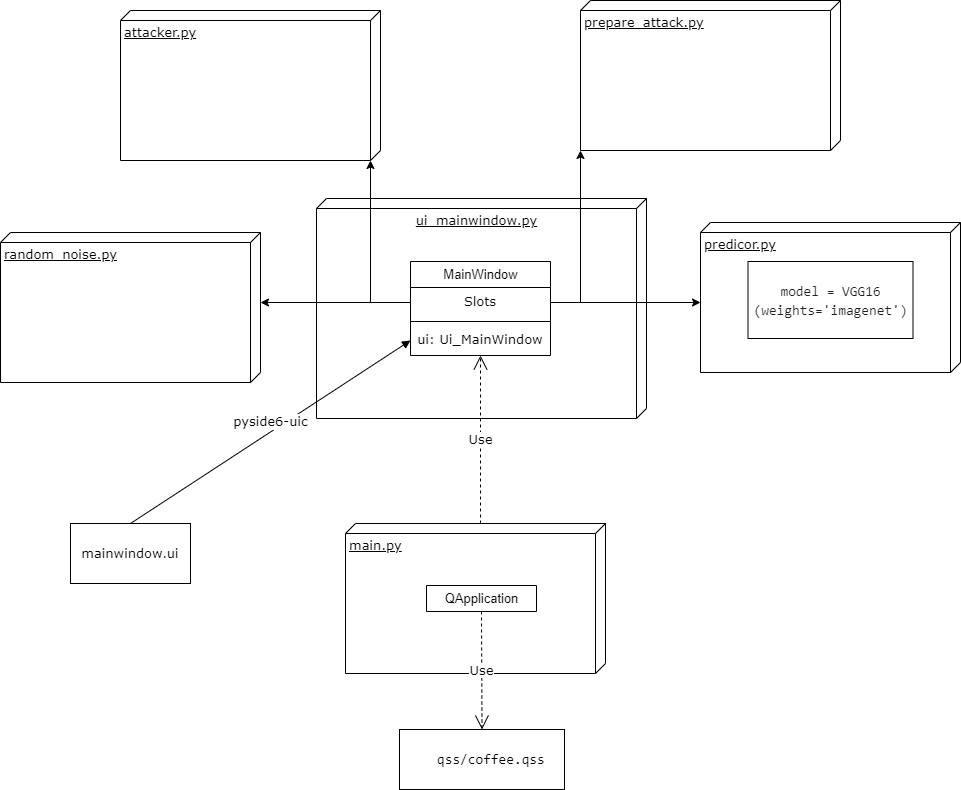
The draw.io diagram Diagram.drawio.png in sShaAanGg/python-final, before a commit. Source tidied: cells renumbered, new cells last; positions are measured from the earlier drawing's top-left corner, leaving out a move shared by most shapes.
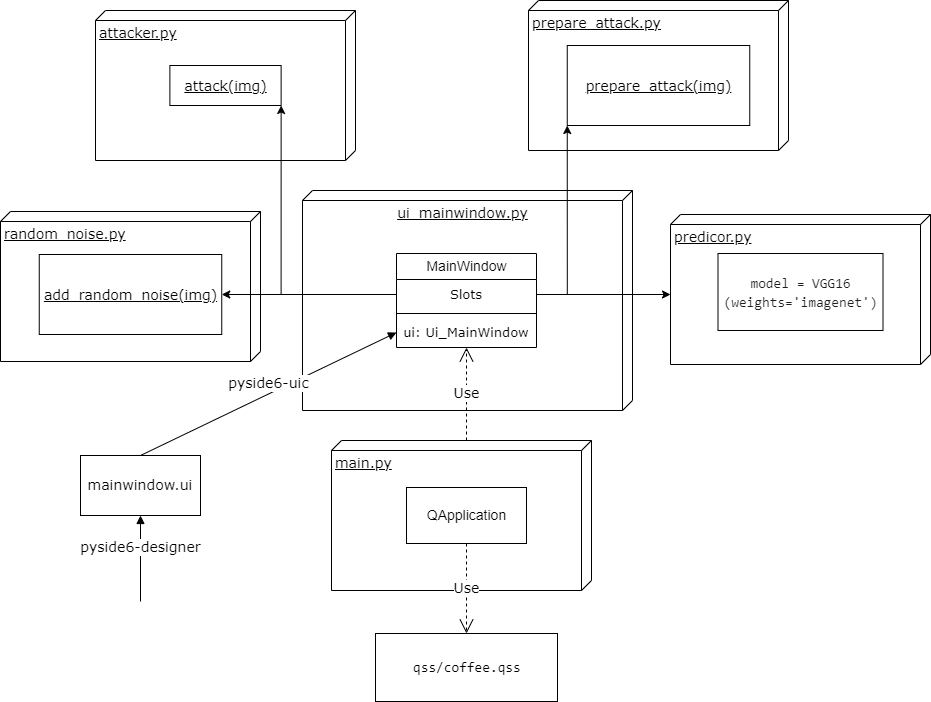
After the change.

The edit, as a diff of the source:
```diff
@@ -2,68 +2,82 @@
   <root>
     <mxCell id="0" />
     <mxCell id="1" parent="0" />
-    <mxCell id="2" value="ui_mainwindow.py" style="verticalAlign=top;align=center;spacingTop=8;spacingLeft=2;spacingRight=12;shape=cube;size=10;direction=south;fontStyle=4;html=1;rounded=0;shadow=0;comic=0;labelBackgroundColor=none;strokeWidth=1;fontFamily=Verdana;fontSize=12;" parent="1" vertex="1">
+    <mxCell id="2" value="ui_mainwindow.py" style="verticalAlign=top;align=center;spacingTop=8;spacingLeft=2;spacingRight=12;shape=cube;size=10;direction=south;fontStyle=4;html=1;rounded=0;shadow=0;comic=0;labelBackgroundColor=none;strokeWidth=1;fontFamily=Verdana;fontSize=14;" parent="1" vertex="1">
       <mxGeometry x="316" y="198" width="330" height="220" as="geometry" />
     </mxCell>
-    <mxCell id="3" value="main.py" style="verticalAlign=top;align=left;spacingTop=8;spacingLeft=2;spacingRight=12;shape=cube;size=10;direction=south;fontStyle=4;html=1;rounded=0;shadow=0;comic=0;labelBackgroundColor=none;strokeWidth=1;fontFamily=Verdana;fontSize=12;" parent="1" vertex="1">
-      <mxGeometry x="345" y="523" width="260" height="150" as="geometry" />
+    <mxCell id="3" value="main.py" style="verticalAlign=top;align=left;spacingTop=8;spacingLeft=2;spacingRight=12;shape=cube;size=10;direction=south;fontStyle=4;html=1;rounded=0;shadow=0;comic=0;labelBackgroundColor=none;strokeWidth=1;fontFamily=Verdana;fontSize=14;" parent="1" vertex="1">
+      <mxGeometry x="345" y="448" width="260" height="150" as="geometry" />
     </mxCell>
-    <mxCell id="4" value="&lt;div style=&quot;font-family: Consolas, &amp;quot;Courier New&amp;quot;, monospace; font-size: 14px; line-height: 19px;&quot;&gt;&lt;span style=&quot;background-color: rgb(255, 255, 255);&quot;&gt;qss/coffee.qss&lt;/span&gt;&lt;/div&gt;" style="whiteSpace=wrap;html=1;fontFamily=Verdana;align=left;spacingLeft=36;rounded=0;shadow=0;comic=0;labelBackgroundColor=none;strokeWidth=1;" parent="1" vertex="1">
-      <mxGeometry x="399" y="729" width="165" height="60" as="geometry" />
+    <mxCell id="4" value="&lt;div style=&quot;font-family: Consolas, &amp;quot;Courier New&amp;quot;, monospace; font-size: 14px; line-height: 19px;&quot;&gt;&lt;span style=&quot;background-color: rgb(255, 255, 255); font-size: 14px;&quot;&gt;qss/coffee.qss&lt;/span&gt;&lt;/div&gt;" style="whiteSpace=wrap;html=1;fontFamily=Verdana;align=left;spacingLeft=36;rounded=0;shadow=0;comic=0;labelBackgroundColor=none;strokeWidth=1;fontSize=14;" parent="1" vertex="1">
+      <mxGeometry x="389" y="641" width="182" height="68" as="geometry" />
     </mxCell>
-    <mxCell id="5" value="predicor.py&lt;br&gt;" style="verticalAlign=top;align=left;spacingTop=8;spacingLeft=2;spacingRight=12;shape=cube;size=10;direction=south;fontStyle=4;html=1;rounded=0;shadow=0;comic=0;labelBackgroundColor=none;strokeWidth=1;fontFamily=Verdana;fontSize=12;" parent="1" vertex="1">
-      <mxGeometry x="700" y="222" width="260" height="150" as="geometry" />
+    <mxCell id="5" value="predicor.py&lt;br style=&quot;font-size: 14px;&quot;&gt;" style="verticalAlign=top;align=left;spacingTop=8;spacingLeft=2;spacingRight=12;shape=cube;size=10;direction=south;fontStyle=4;html=1;rounded=0;shadow=0;comic=0;labelBackgroundColor=none;strokeWidth=1;fontFamily=Verdana;fontSize=14;" parent="1" vertex="1">
+      <mxGeometry x="684" y="222" width="260" height="150" as="geometry" />
     </mxCell>
-    <mxCell id="6" value="random_noise.py&lt;br&gt;" style="verticalAlign=top;align=left;spacingTop=8;spacingLeft=2;spacingRight=12;shape=cube;size=10;direction=south;fontStyle=4;html=1;rounded=0;shadow=0;comic=0;labelBackgroundColor=none;strokeWidth=1;fontFamily=Verdana;fontSize=12;" parent="1" vertex="1">
-      <mxGeometry y="232" width="260" height="150" as="geometry" />
+    <mxCell id="6" value="random_noise.py" style="verticalAlign=top;align=left;spacingTop=8;spacingLeft=2;spacingRight=12;shape=cube;size=10;direction=south;fontStyle=4;html=1;rounded=0;shadow=0;comic=0;labelBackgroundColor=none;strokeWidth=1;fontFamily=Verdana;fontSize=14;" parent="1" vertex="1">
+      <mxGeometry x="14" y="219" width="260" height="150" as="geometry" />
     </mxCell>
-    <mxCell id="7" value="prepare_attack.py&lt;br&gt;" style="verticalAlign=top;align=left;spacingTop=8;spacingLeft=2;spacingRight=12;shape=cube;size=10;direction=south;fontStyle=4;html=1;rounded=0;shadow=0;comic=0;labelBackgroundColor=none;strokeWidth=1;fontFamily=Verdana;fontSize=12;" parent="1" vertex="1">
-      <mxGeometry x="580" width="260" height="150" as="geometry" />
+    <mxCell id="7" value="prepare_attack.py&lt;br style=&quot;font-size: 14px;&quot;&gt;" style="verticalAlign=top;align=left;spacingTop=8;spacingLeft=2;spacingRight=12;shape=cube;size=10;direction=south;fontStyle=4;html=1;rounded=0;shadow=0;comic=0;labelBackgroundColor=none;strokeWidth=1;fontFamily=Verdana;fontSize=14;" parent="1" vertex="1">
+      <mxGeometry x="542" y="8" width="260" height="150" as="geometry" />
     </mxCell>
-    <mxCell id="8" value="MainWindow" style="swimlane;fontStyle=0;horizontal=1;startSize=26;fillColor=none;labelBackgroundColor=none;labelBorderColor=none;fontColor=#000000;html=1;" parent="1" vertex="1">
+    <mxCell id="8" value="MainWindow" style="swimlane;fontStyle=0;horizontal=1;startSize=26;fillColor=none;labelBackgroundColor=none;labelBorderColor=none;fontColor=#000000;html=1;fontSize=14;" parent="1" vertex="1">
       <mxGeometry x="410" y="261" width="140" height="94" as="geometry" />
     </mxCell>
-    <mxCell id="9" value="Slots" style="text;strokeColor=none;fillColor=none;align=center;verticalAlign=top;spacingLeft=4;spacingRight=4;overflow=hidden;points=[[0,0.5],[1,0.5]];portConstraint=eastwest;rounded=0;shadow=0;labelBackgroundColor=none;comic=0;fontFamily=Verdana;fontSize=12;fontColor=default;html=1;" parent="8" vertex="1">
+    <mxCell id="9" value="&lt;font style=&quot;font-size: 13px;&quot;&gt;Slots&lt;/font&gt;" style="text;strokeColor=none;fillColor=none;align=center;verticalAlign=top;spacingLeft=4;spacingRight=4;overflow=hidden;points=[[0,0.5],[1,0.5]];portConstraint=eastwest;rounded=0;shadow=0;labelBackgroundColor=none;comic=0;fontFamily=Verdana;fontSize=14;fontColor=default;html=1;" parent="8" vertex="1">
       <mxGeometry y="26" width="140" height="30" as="geometry" />
     </mxCell>
-    <mxCell id="10" style="line;strokeWidth=1;fillColor=none;align=left;verticalAlign=middle;spacingTop=-1;spacingLeft=3;spacingRight=3;labelPosition=right;rounded=0;shadow=0;labelBackgroundColor=#FFFFFF;labelBorderColor=none;comic=0;fontFamily=Verdana;fontSize=12;fontColor=#1E1E1E;html=1;" parent="8" vertex="1">
+    <mxCell id="10" style="line;strokeWidth=1;fillColor=none;align=left;verticalAlign=middle;spacingTop=-1;spacingLeft=3;spacingRight=3;labelPosition=right;rounded=0;shadow=0;labelBackgroundColor=#FFFFFF;labelBorderColor=none;comic=0;fontFamily=Verdana;fontSize=14;fontColor=#1E1E1E;html=1;" parent="8" vertex="1">
       <mxGeometry y="56" width="140" height="8" as="geometry" />
     </mxCell>
-    <mxCell id="11" value="ui: Ui_MainWindow" style="text;strokeColor=none;fillColor=none;align=center;verticalAlign=top;spacingLeft=4;spacingRight=4;overflow=hidden;points=[[0,0.5],[1,0.5]];portConstraint=eastwest;rounded=0;shadow=0;labelBackgroundColor=none;comic=0;fontFamily=Verdana;fontSize=12;fontColor=default;html=1;" parent="8" vertex="1">
+    <mxCell id="11" value="&lt;font style=&quot;font-size: 13px;&quot;&gt;ui: Ui_MainWindow&lt;/font&gt;" style="text;strokeColor=none;fillColor=none;align=center;verticalAlign=top;spacingLeft=4;spacingRight=4;overflow=hidden;points=[[0,0.5],[1,0.5]];portConstraint=eastwest;rounded=0;shadow=0;labelBackgroundColor=none;comic=0;fontFamily=Verdana;fontSize=14;fontColor=default;html=1;" parent="8" vertex="1">
       <mxGeometry y="64" width="140" height="30" as="geometry" />
     </mxCell>
-    <mxCell id="12" value="QApplication" style="swimlane;fontStyle=0;horizontal=1;startSize=26;fillColor=none;labelBackgroundColor=none;labelBorderColor=none;fontColor=#000000;html=1;" parent="1" vertex="1" collapsed="1">
-      <mxGeometry x="426" y="585" width="110" height="26" as="geometry" />
-    </mxCell>
-    <mxCell id="13" value="attacker.py&lt;br&gt;" style="verticalAlign=top;align=left;spacingTop=8;spacingLeft=2;spacingRight=12;shape=cube;size=10;direction=south;fontStyle=4;html=1;rounded=0;shadow=0;comic=0;labelBackgroundColor=none;strokeWidth=1;fontFamily=Verdana;fontSize=12;" parent="1" vertex="1">
-      <mxGeometry x="120" y="10" width="260" height="150" as="geometry" />
+    <mxCell id="13" value="attacker.py&lt;br style=&quot;font-size: 14px;&quot;&gt;" style="verticalAlign=top;align=left;spacingTop=8;spacingLeft=2;spacingRight=12;shape=cube;size=10;direction=south;fontStyle=4;html=1;rounded=0;shadow=0;comic=0;labelBackgroundColor=none;strokeWidth=1;fontFamily=Verdana;fontSize=14;" parent="1" vertex="1">
+      <mxGeometry x="109" y="18" width="260" height="150" as="geometry" />
     </mxCell>
-    <mxCell id="14" value="mainwindow.ui" style="whiteSpace=wrap;html=1;rounded=0;shadow=0;labelBackgroundColor=none;comic=0;fontFamily=Verdana;fontSize=12;fontColor=default;strokeColor=default;strokeWidth=1;fillColor=default;" parent="1" vertex="1">
-      <mxGeometry x="70" y="523" width="120" height="60" as="geometry" />
+    <mxCell id="14" value="mainwindow.ui" style="whiteSpace=wrap;html=1;rounded=0;shadow=0;labelBackgroundColor=none;comic=0;fontFamily=Verdana;fontSize=14;fontColor=default;strokeColor=default;strokeWidth=1;fillColor=default;" parent="1" vertex="1">
+      <mxGeometry x="94" y="463" width="120" height="60" as="geometry" />
     </mxCell>
-    <mxCell id="15" value="Use" style="endArrow=open;endSize=12;dashed=1;html=1;rounded=0;fontFamily=Verdana;fontSize=12;fontColor=default;exitX=0.5;exitY=1;exitDx=0;exitDy=0;entryX=0.5;entryY=0;entryDx=0;entryDy=0;" parent="1" edge="1" source="12" target="4">
+    <mxCell id="15" value="Use" style="endArrow=open;endSize=12;dashed=1;html=1;rounded=0;fontFamily=Verdana;fontSize=14;fontColor=default;exitX=0.5;exitY=1;exitDx=0;exitDy=0;entryX=0.5;entryY=0;entryDx=0;entryDy=0;" parent="1" edge="1" source="12" target="4">
       <mxGeometry relative="1" as="geometry" />
     </mxCell>
-    <mxCell id="16" value="Use" style="endArrow=open;endSize=12;dashed=1;html=1;rounded=0;fontFamily=Verdana;fontSize=12;fontColor=default;exitX=0;exitY=0;exitDx=0;exitDy=125;exitPerimeter=0;" parent="1" edge="1" source="3" target="11">
+    <mxCell id="16" value="Use" style="endArrow=open;endSize=12;dashed=1;html=1;rounded=0;fontFamily=Verdana;fontSize=14;fontColor=default;exitX=0;exitY=0;exitDx=0;exitDy=125;exitPerimeter=0;" parent="1" edge="1" source="3" target="11">
       <mxGeometry relative="1" as="geometry" />
     </mxCell>
-    <mxCell id="17" value="pyside6-uic" style="html=1;verticalAlign=bottom;endArrow=block;rounded=0;fontFamily=Verdana;fontSize=12;fontColor=default;exitX=0.5;exitY=0;exitDx=0;exitDy=0;entryX=0;entryY=0.5;entryDx=0;entryDy=0;" parent="1" edge="1" source="14" target="11">
+    <mxCell id="17" value="pyside6-uic" style="html=1;verticalAlign=bottom;endArrow=block;rounded=0;fontFamily=Verdana;fontSize=14;fontColor=default;exitX=0.5;exitY=0;exitDx=0;exitDy=0;entryX=0;entryY=0.5;entryDx=0;entryDy=0;" parent="1" edge="1" source="14" target="11">
       <mxGeometry relative="1" as="geometry" />
     </mxCell>
-    <mxCell id="18" value="&lt;div style=&quot;font-family: Consolas, &amp;quot;Courier New&amp;quot;, monospace; font-size: 14px; line-height: 19px;&quot;&gt;&lt;span style=&quot;background-color: rgb(255, 255, 255);&quot;&gt;&lt;font color=&quot;#1e1e1e&quot;&gt;model = VGG16&lt;/font&gt;&lt;/span&gt;&lt;/div&gt;&lt;div style=&quot;font-family: Consolas, &amp;quot;Courier New&amp;quot;, monospace; font-size: 14px; line-height: 19px;&quot;&gt;&lt;span style=&quot;background-color: rgb(255, 255, 255);&quot;&gt;&lt;font color=&quot;#1e1e1e&quot;&gt;(weights='imagenet')&lt;/font&gt;&lt;/span&gt;&lt;/div&gt;" style="html=1;rounded=0;shadow=0;labelBackgroundColor=none;labelBorderColor=none;comic=0;fontFamily=Verdana;fontSize=12;fontColor=default;strokeColor=default;strokeWidth=1;fillColor=default;" parent="1" vertex="1">
-      <mxGeometry x="747.5" y="261" width="165" height="77" as="geometry" />
+    <mxCell id="18" value="&lt;div style=&quot;font-family: Consolas, &amp;quot;Courier New&amp;quot;, monospace; line-height: 19px; font-size: 14px;&quot;&gt;&lt;span style=&quot;background-color: rgb(255, 255, 255); font-size: 14px;&quot;&gt;&lt;font color=&quot;#1e1e1e&quot; style=&quot;font-size: 14px;&quot;&gt;model = VGG16&lt;/font&gt;&lt;/span&gt;&lt;/div&gt;&lt;div style=&quot;font-family: Consolas, &amp;quot;Courier New&amp;quot;, monospace; line-height: 19px; font-size: 14px;&quot;&gt;&lt;span style=&quot;background-color: rgb(255, 255, 255); font-size: 14px;&quot;&gt;&lt;font color=&quot;#1e1e1e&quot; style=&quot;font-size: 14px;&quot;&gt;(weights='imagenet')&lt;/font&gt;&lt;/span&gt;&lt;/div&gt;" style="html=1;rounded=0;shadow=0;labelBackgroundColor=none;labelBorderColor=none;comic=0;fontFamily=Verdana;fontSize=14;fontColor=default;strokeColor=default;strokeWidth=1;fillColor=default;" parent="1" vertex="1">
+      <mxGeometry x="731.5" y="261" width="165" height="77" as="geometry" />
     </mxCell>
-    <mxCell id="19" style="edgeStyle=orthogonalEdgeStyle;rounded=0;jettySize=auto;html=1;exitX=0;exitY=0.5;exitDx=0;exitDy=0;entryX=0;entryY=0;entryDx=70;entryDy=0;entryPerimeter=0;fontFamily=Verdana;fontSize=12;fontColor=#1E1E1E;" parent="1" edge="1" source="9" target="6">
+    <mxCell id="19" style="edgeStyle=orthogonalEdgeStyle;rounded=0;jettySize=auto;html=1;exitX=0;exitY=0.5;exitDx=0;exitDy=0;entryX=1;entryY=0.5;entryDx=0;entryDy=0;fontFamily=Verdana;fontSize=14;fontColor=#1E1E1E;" parent="1" edge="1" source="9" target="23">
       <mxGeometry relative="1" as="geometry" />
     </mxCell>
-    <mxCell id="20" style="edgeStyle=orthogonalEdgeStyle;rounded=0;jettySize=auto;html=1;exitX=1;exitY=0.5;exitDx=0;exitDy=0;entryX=0;entryY=0;entryDx=80;entryDy=260;entryPerimeter=0;fontFamily=Verdana;fontSize=12;fontColor=#1E1E1E;" parent="1" edge="1" source="9" target="5">
+    <mxCell id="20" style="edgeStyle=orthogonalEdgeStyle;rounded=0;jettySize=auto;html=1;exitX=1;exitY=0.5;exitDx=0;exitDy=0;entryX=0;entryY=0;entryDx=80;entryDy=260;entryPerimeter=0;fontFamily=Verdana;fontSize=14;fontColor=#1E1E1E;" parent="1" edge="1" source="9" target="5">
       <mxGeometry relative="1" as="geometry" />
     </mxCell>
-    <mxCell id="21" style="edgeStyle=orthogonalEdgeStyle;rounded=0;jettySize=auto;html=1;entryX=1;entryY=1;entryDx=0;entryDy=0;entryPerimeter=0;fontFamily=Verdana;fontSize=12;fontColor=#1E1E1E;" parent="1" edge="1" source="9" target="7">
+    <mxCell id="21" style="edgeStyle=orthogonalEdgeStyle;rounded=0;jettySize=auto;html=1;entryX=0;entryY=1;entryDx=0;entryDy=0;fontFamily=Verdana;fontSize=14;fontColor=#1E1E1E;" parent="1" edge="1" source="9" target="25">
       <mxGeometry relative="1" as="geometry" />
     </mxCell>
-    <mxCell id="22" style="edgeStyle=orthogonalEdgeStyle;rounded=0;jettySize=auto;html=1;entryX=0;entryY=0;entryDx=150;entryDy=10;entryPerimeter=0;fontFamily=Verdana;fontSize=12;fontColor=#1E1E1E;" parent="1" edge="1" source="9" target="13">
+    <mxCell id="22" style="edgeStyle=orthogonalEdgeStyle;rounded=0;jettySize=auto;html=1;entryX=1;entryY=1;entryDx=0;entryDy=0;fontFamily=Verdana;fontSize=14;fontColor=#1E1E1E;" parent="1" edge="1" source="9" target="24">
       <mxGeometry relative="1" as="geometry" />
     </mxCell>
+    <mxCell id="12" value="&lt;div style=&quot;font-family: Consolas, &amp;quot;Courier New&amp;quot;, monospace; font-size: 14px; line-height: 19px;&quot;&gt;&lt;span style=&quot;font-family: Helvetica; font-size: 14px;&quot;&gt;QApplication&lt;/span&gt;&lt;br style=&quot;font-size: 14px;&quot;&gt;&lt;/div&gt;" style="html=1;rounded=0;shadow=0;labelBackgroundColor=none;labelBorderColor=none;comic=0;fontFamily=Verdana;fontSize=14;fontColor=default;strokeColor=default;strokeWidth=1;fillColor=default;" parent="1" vertex="1">
+      <mxGeometry x="420" y="495" width="120" height="56" as="geometry" />
+    </mxCell>
+    <mxCell id="23" value="&lt;div style=&quot;font-family: Consolas, &amp;quot;Courier New&amp;quot;, monospace; line-height: 19px; font-size: 14px;&quot;&gt;&lt;span style=&quot;font-family: Verdana; text-align: left; text-decoration-line: underline;&quot;&gt;add_random_noise(img)&lt;/span&gt;&lt;br&gt;&lt;/div&gt;" style="html=1;rounded=0;shadow=0;labelBackgroundColor=none;labelBorderColor=none;comic=0;fontFamily=Verdana;fontSize=14;fontColor=default;strokeColor=default;strokeWidth=1;fillColor=default;" parent="1" vertex="1">
+      <mxGeometry x="52.8" y="262" width="182.5" height="80" as="geometry" />
+    </mxCell>
+    <mxCell id="24" value="&lt;div style=&quot;font-family: Consolas, &amp;quot;Courier New&amp;quot;, monospace; line-height: 19px; font-size: 14px;&quot;&gt;&lt;span style=&quot;font-family: Verdana; text-align: left; text-decoration-line: underline;&quot;&gt;attack(img)&lt;/span&gt;&lt;br&gt;&lt;/div&gt;" style="html=1;rounded=0;shadow=0;labelBackgroundColor=none;labelBorderColor=none;comic=0;fontFamily=Verdana;fontSize=14;fontColor=default;strokeColor=default;strokeWidth=1;fillColor=default;" parent="1" vertex="1">
+      <mxGeometry x="183.4" y="73" width="111.2" height="40" as="geometry" />
+    </mxCell>
+    <mxCell id="25" value="&lt;div style=&quot;font-family: Consolas, &amp;quot;Courier New&amp;quot;, monospace; line-height: 19px; font-size: 14px;&quot;&gt;&lt;span style=&quot;font-family: Verdana; text-align: left; text-decoration-line: underline;&quot;&gt;prepare_attack(img)&lt;/span&gt;&lt;br&gt;&lt;/div&gt;" style="html=1;rounded=0;shadow=0;labelBackgroundColor=none;labelBorderColor=none;comic=0;fontFamily=Verdana;fontSize=14;fontColor=default;strokeColor=default;strokeWidth=1;fillColor=default;" parent="1" vertex="1">
+      <mxGeometry x="580.8" y="53" width="182.5" height="80" as="geometry" />
+    </mxCell>
+    <mxCell id="26" value="pyside6-designer" style="html=1;verticalAlign=bottom;endArrow=block;rounded=0;fontFamily=Verdana;fontSize=14;fontColor=default;entryX=0.5;entryY=1;entryDx=0;entryDy=0;" parent="1" edge="1" target="14">
+      <mxGeometry relative="1" as="geometry">
+        <mxPoint x="154" y="609" as="sourcePoint" />
+      </mxGeometry>
+    </mxCell>
   </root>
 </mxGraphModel>
```
